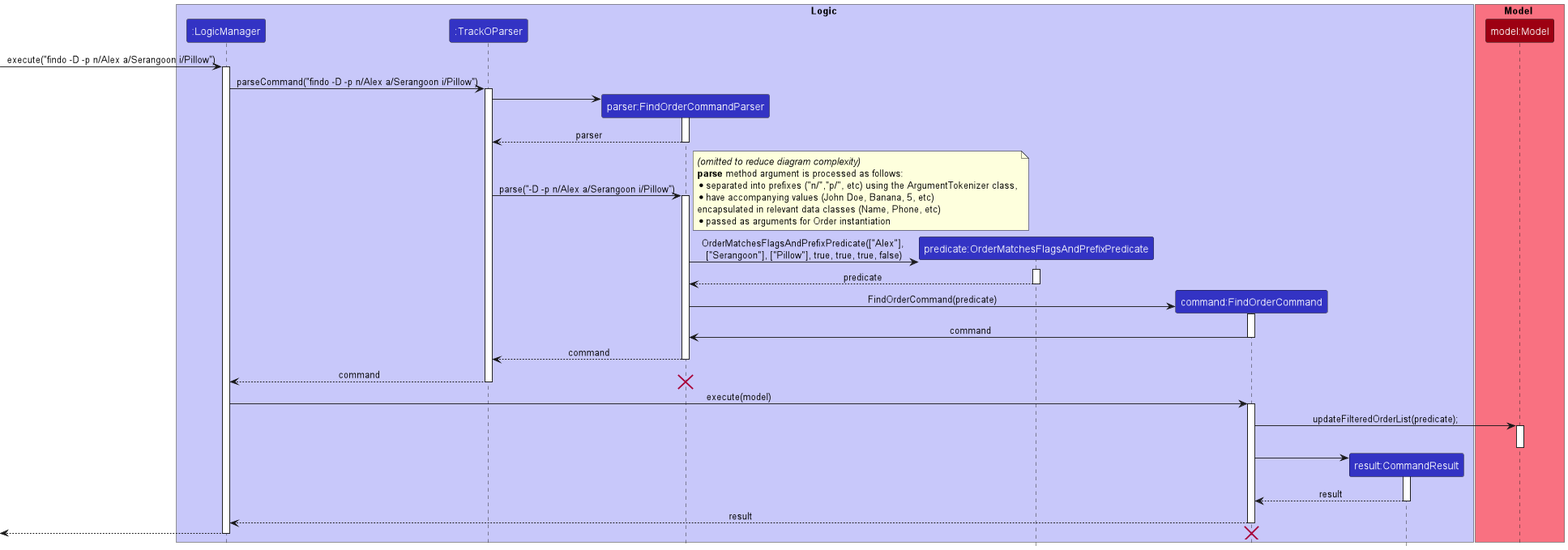
Before: docs/images/FindOrderSequenceDiagram.png, a diagram exported from PlantUML (nus-cs2103-AY2223S1/tp).
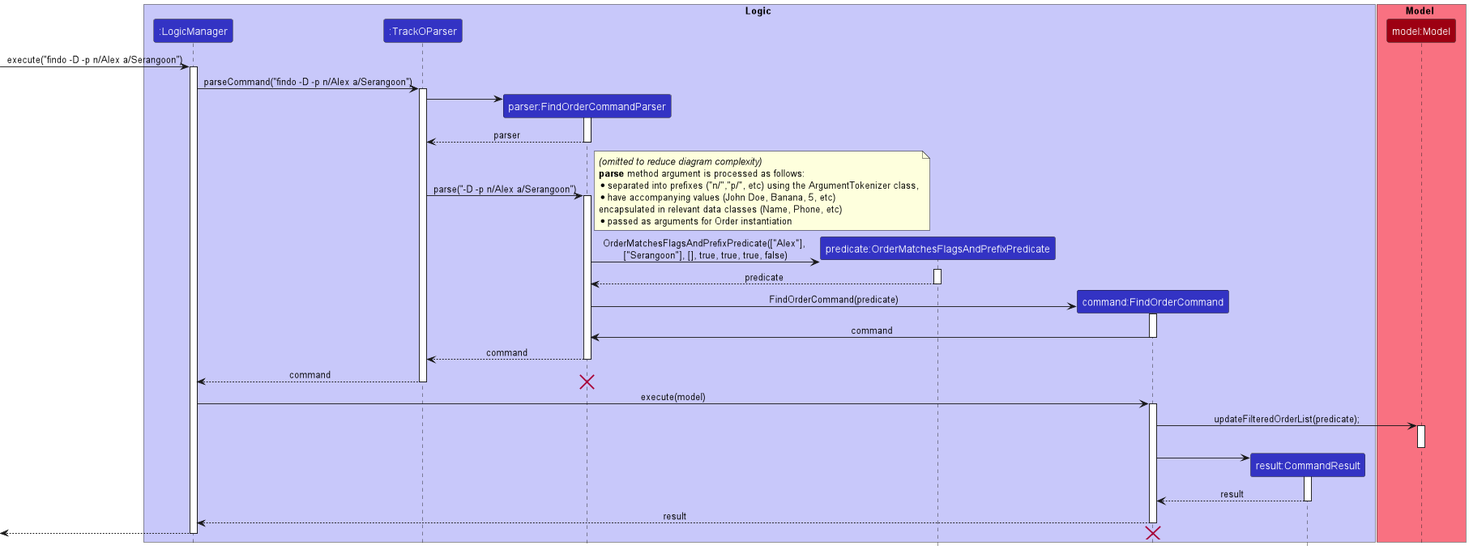
After the change.

Commit message:
Update findo to be in line with current specifications

What changed in the source:
```diff
@@ -16,10 +16,10 @@
 
 end box
 
-[-> LogicManager : execute("findo -D -p n/Alex a/Serangoon i/Pillow")
+[-> LogicManager : execute("findo -D -p n/Alex a/Serangoon")
 activate LogicManager
 
-LogicManager -> TrackOParser : parseCommand("findo -D -p n/Alex a/Serangoon i/Pillow")
+LogicManager -> TrackOParser : parseCommand("findo -D -p n/Alex a/Serangoon")
 activate TrackOParser
 
 create FindOrderCommandParser
@@ -29,7 +29,7 @@
 FindOrderCommandParser --> TrackOParser : parser
 deactivate FindOrderCommandParser
 
-TrackOParser -> FindOrderCommandParser : parse("-D -p n/Alex a/Serangoon i/Pillow")
+TrackOParser -> FindOrderCommandParser : parse("-D -p n/Alex a/Serangoon")
 activate FindOrderCommandParser
 
 note right
@@ -42,7 +42,7 @@
 end note
 
 create OrderMatchesFlagsAndPrefixPredicate
-FindOrderCommandParser -> OrderMatchesFlagsAndPrefixPredicate: OrderMatchesFlagsAndPrefixPredicate(["Alex"], \n["Serangoon"], ["Pillow"], true, true, true, false)
+FindOrderCommandParser -> OrderMatchesFlagsAndPrefixPredicate: OrderMatchesFlagsAndPrefixPredicate(["Alex"], \n["Serangoon"], [], true, true, true, false)
 activate OrderMatchesFlagsAndPrefixPredicate
 
 OrderMatchesFlagsAndPrefixPredicate --> FindOrderCommandParser : predicate
```
